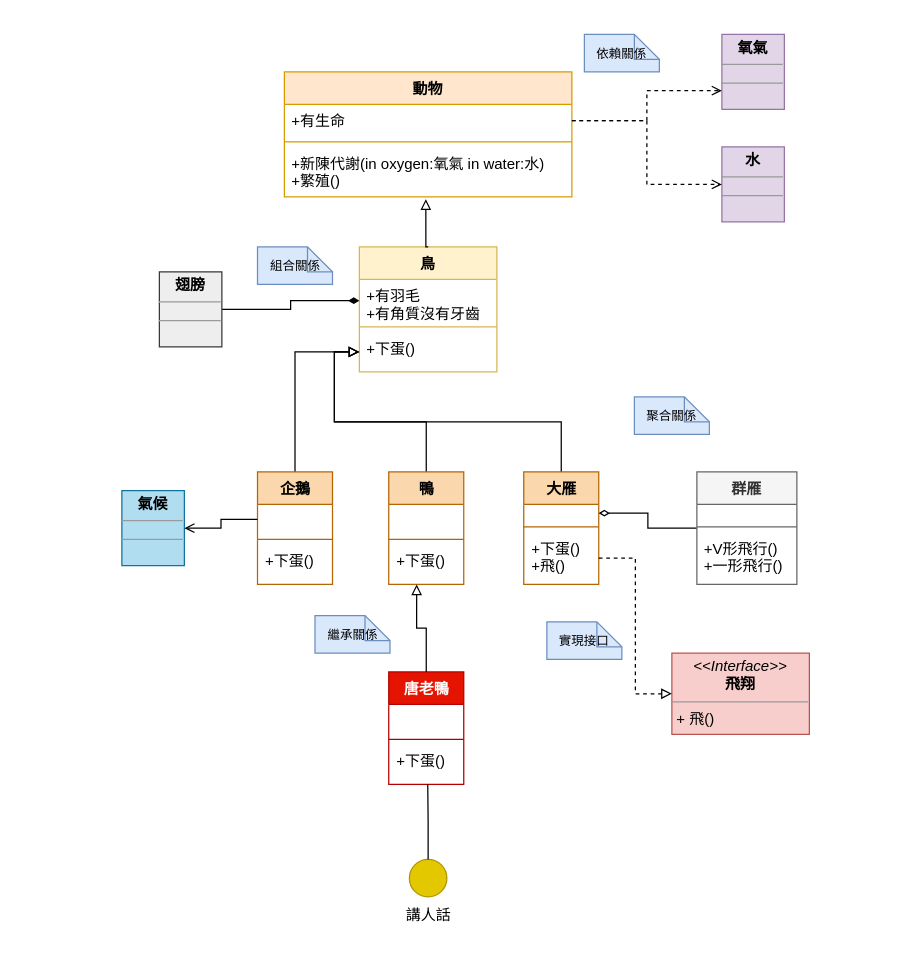
The draw.io diagram drawio/UML類圖.drawio in dogg21/SE_MID, before the edit. Source tidied: cells renumbered, new cells numbered last; positions are measured from the earlier drawing's top-left corner, leaving out a move shared by most shapes. Both pictures are drawn from the tidied source at 125%, with x=0, y=0 at pixel (121, 34).
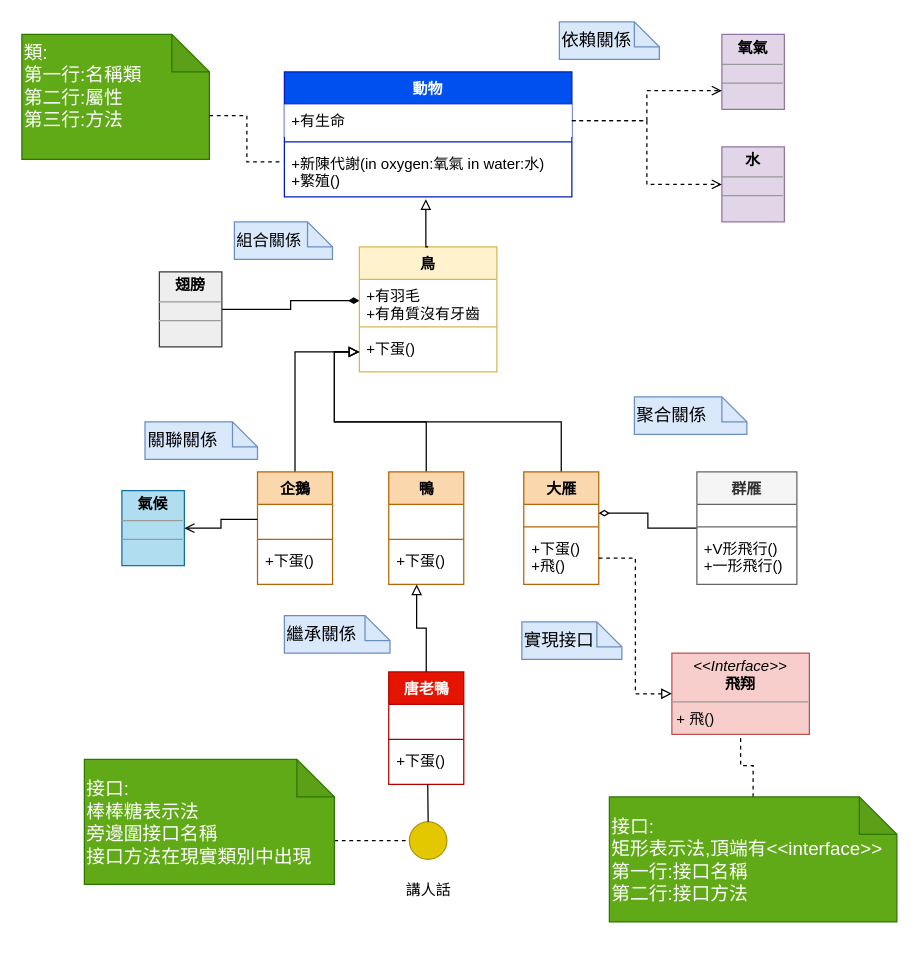
The same diagram, later.

The change refers to these unchanged cells:
```xml
<mxCell id="5" value="+新陳代謝(in&amp;nbsp;oxygen:氧氣 in water:水)&lt;br&gt;+繁殖()" style="text;strokeColor=none;fillColor=none;align=left;verticalAlign=top;spacingLeft=4;spacingRight=4;overflow=hidden;points=[[0,0.5],[1,0.5]];portConstraint=eastwest;whiteSpace=wrap;html=1;" parent="2" vertex="1">
  <mxGeometry y="60" width="230" height="40" as="geometry" />
</mxCell>
<mxCell id="39" value="&lt;p style=&quot;margin:0px;margin-top:4px;text-align:center;&quot;&gt;&lt;i&gt;&amp;lt;&amp;lt;Interface&amp;gt;&amp;gt;&lt;/i&gt;&lt;br&gt;&lt;b&gt;飛翔&lt;/b&gt;&lt;/p&gt;&lt;hr size=&quot;1&quot;&gt;&lt;p style=&quot;margin:0px;margin-left:4px;&quot;&gt;+ 飛()&lt;br&gt;&lt;/p&gt;&lt;p style=&quot;margin:0px;margin-left:4px;&quot;&gt;&lt;br&gt;&lt;/p&gt;" style="verticalAlign=top;align=left;overflow=fill;fontSize=12;fontFamily=Helvetica;html=1;whiteSpace=wrap;fillColor=#f8cecc;strokeColor=#b85450;" parent="1" vertex="1">
  <mxGeometry x="440" y="495" width="110" height="65" as="geometry" />
</mxCell>
```

The edit, as a diff of the source:
```diff
@@
-    <mxCell id="2" value="動物" style="swimlane;fontStyle=1;align=center;verticalAlign=top;horizontal=1;startSize=26;whiteSpace=wrap;html=1;fillColor=#ffe6cc;strokeColor=#d79b00;" parent="1" vertex="1">
+    <mxCell id="2" value="動物" style="swimlane;fontStyle=1;align=center;verticalAlign=top;horizontal=1;startSize=26;whiteSpace=wrap;html=1;fillColor=#0050ef;fontColor=#ffffff;strokeColor=#001DBC;" parent="1" vertex="1">
       <mxGeometry x="130" y="30" width="230" height="100" as="geometry" />
     </mxCell>
-    <mxCell id="3" value="+有生命" style="text;strokeColor=none;fillColor=none;align=left;verticalAlign=top;spacingLeft=4;spacingRight=4;overflow=hidden;points=[[0,0.5],[1,0.5]];portConstraint=eastwest;whiteSpace=wrap;html=1;" parent="2" vertex="1">
+    <mxCell id="3" value="+有生命" style="text;strokeColor=none;fillColor=default;align=left;verticalAlign=top;spacingLeft=4;spacingRight=4;overflow=hidden;points=[[0,0.5],[1,0.5]];portConstraint=eastwest;whiteSpace=wrap;html=1;" parent="2" vertex="1">
       <mxGeometry y="26" width="230" height="26" as="geometry" />
     </mxCell>
@@
-    <mxCell id="46" value="&lt;span style=&quot;font-size: 10px;&quot;&gt;聚合關係&lt;/span&gt;" style="shape=note;size=20;whiteSpace=wrap;html=1;fillColor=#dae8fc;strokeColor=#6c8ebf;" parent="1" vertex="1">
-      <mxGeometry x="410" y="290" width="60" height="30" as="geometry" />
+    <mxCell id="46" value="&lt;font style=&quot;font-size: 14px;&quot;&gt;聚合關係&lt;/font&gt;" style="shape=note;size=20;whiteSpace=wrap;html=1;fillColor=#dae8fc;strokeColor=#6c8ebf;align=left;" parent="1" vertex="1">
+      <mxGeometry x="410" y="290" width="90" height="30" as="geometry" />
     </mxCell>
-    <mxCell id="47" value="&lt;font style=&quot;font-size: 10px;&quot;&gt;繼承關係&lt;/font&gt;" style="shape=note;size=20;whiteSpace=wrap;html=1;fillColor=#dae8fc;strokeColor=#6c8ebf;" parent="1" vertex="1">
-      <mxGeometry x="154.5" y="465" width="60" height="30" as="geometry" />
+    <mxCell id="47" value="&lt;font style=&quot;font-size: 14px;&quot;&gt;繼承關係&lt;/font&gt;" style="shape=note;size=20;whiteSpace=wrap;html=1;fillColor=#dae8fc;strokeColor=#6c8ebf;align=left;" parent="1" vertex="1">
+      <mxGeometry x="130" y="465" width="84.5" height="30" as="geometry" />
     </mxCell>
-    <mxCell id="48" value="&lt;span style=&quot;font-size: 10px;&quot;&gt;實現接口&lt;/span&gt;" style="shape=note;size=20;whiteSpace=wrap;html=1;fillColor=#dae8fc;strokeColor=#6c8ebf;" parent="1" vertex="1">
-      <mxGeometry x="340" y="470" width="60" height="30" as="geometry" />
+    <mxCell id="48" value="&lt;font style=&quot;font-size: 14px;&quot;&gt;實現接口&lt;/font&gt;" style="shape=note;size=20;whiteSpace=wrap;html=1;fillColor=#dae8fc;strokeColor=#6c8ebf;align=left;" parent="1" vertex="1">
+      <mxGeometry x="320" y="470" width="80" height="30" as="geometry" />
     </mxCell>
-    <mxCell id="49" value="&lt;span style=&quot;font-size: 10px;&quot;&gt;組合關係&lt;/span&gt;" style="shape=note;size=20;whiteSpace=wrap;html=1;fillColor=#dae8fc;strokeColor=#6c8ebf;" parent="1" vertex="1">
-      <mxGeometry x="108.5" y="170" width="60" height="30" as="geometry" />
+    <mxCell id="49" value="&lt;font style=&quot;font-size: 13px;&quot;&gt;組合關係&lt;/font&gt;" style="shape=note;size=20;whiteSpace=wrap;html=1;fillColor=#dae8fc;strokeColor=#6c8ebf;align=left;" parent="1" vertex="1">
+      <mxGeometry x="90" y="150" width="78.5" height="30" as="geometry" />
     </mxCell>
-    <mxCell id="50" value="&lt;span style=&quot;font-size: 10px;&quot;&gt;依賴關係&lt;/span&gt;" style="shape=note;size=20;whiteSpace=wrap;html=1;fillColor=#dae8fc;strokeColor=#6c8ebf;" parent="1" vertex="1">
-      <mxGeometry x="370" width="60" height="30" as="geometry" />
+    <mxCell id="50" value="&lt;font style=&quot;font-size: 14px;&quot;&gt;依賴關係&lt;/font&gt;" style="shape=note;size=20;whiteSpace=wrap;html=1;fillColor=#dae8fc;strokeColor=#6c8ebf;align=left;" parent="1" vertex="1">
+      <mxGeometry x="350" y="-10" width="80" height="30" as="geometry" />
     </mxCell>
     <mxCell id="51" style="ellipse;whiteSpace=wrap;html=1;fillColor=#e3c800;fontColor=#000000;strokeColor=#B09500;" parent="1" vertex="1">
-      <mxGeometry x="230" y="660" width="30" height="30" as="geometry" />
+      <mxGeometry x="230" y="630" width="30" height="30" as="geometry" />
     </mxCell>
@@
     <mxCell id="53" value="講人話" style="text;html=1;align=center;verticalAlign=middle;strokeColor=none;fillColor=none;" parent="1" vertex="1">
-      <mxGeometry x="215" y="690" width="60" height="30" as="geometry" />
+      <mxGeometry x="215" y="670" width="60" height="30" as="geometry" />
     </mxCell>
+    <mxCell id="54" value="&lt;span style=&quot;font-size: 15px;&quot;&gt;類:&lt;br&gt;第一行:名稱類&lt;br&gt;第二行:屬性&lt;br&gt;第三行:方法&lt;br&gt;&lt;br&gt;&lt;/span&gt;" style="shape=note;whiteSpace=wrap;html=1;backgroundOutline=1;darkOpacity=0.05;fillColor=#60a917;fontColor=#ffffff;strokeColor=#2D7600;align=left;" parent="1" vertex="1">
+      <mxGeometry x="-80" width="150" height="100" as="geometry" />
+    </mxCell>
+    <mxCell id="55" style="edgeStyle=orthogonalEdgeStyle;rounded=0;jettySize=auto;html=1;exitX=0;exitY=0;exitDx=150;exitDy=65;exitPerimeter=0;entryX=-0.004;entryY=0.3;entryDx=0;entryDy=0;entryPerimeter=0;endArrow=none;endFill=0;dashed=1;" parent="1" edge="1" source="54" target="5">
+      <mxGeometry relative="1" as="geometry" />
+    </mxCell>
+    <mxCell id="56" style="edgeStyle=orthogonalEdgeStyle;rounded=0;jettySize=auto;html=1;exitX=0;exitY=0;exitDx=200;exitDy=65;exitPerimeter=0;entryX=0;entryY=0.5;entryDx=0;entryDy=0;endArrow=none;endFill=0;dashed=1;" parent="1" edge="1" source="57" target="51">
+      <mxGeometry relative="1" as="geometry" />
+    </mxCell>
+    <mxCell id="57" value="&lt;font style=&quot;font-size: 15px;&quot;&gt;接口:&lt;br&gt;棒棒糖表示法&lt;br&gt;旁邊圍接口名稱&lt;br&gt;接口方法在現實類別中出現&lt;br&gt;&lt;/font&gt;" style="shape=note;whiteSpace=wrap;html=1;backgroundOutline=1;darkOpacity=0.05;fillColor=#60a917;fontColor=#ffffff;strokeColor=#2D7600;align=left;" parent="1" vertex="1">
+      <mxGeometry x="-30" y="580" width="200" height="100" as="geometry" />
+    </mxCell>
+    <mxCell id="58" style="edgeStyle=orthogonalEdgeStyle;rounded=0;jettySize=auto;html=1;exitX=0.5;exitY=0;exitDx=0;exitDy=0;exitPerimeter=0;entryX=0.5;entryY=1;entryDx=0;entryDy=0;endArrow=none;endFill=0;dashed=1;" parent="1" edge="1" source="59" target="39">
+      <mxGeometry relative="1" as="geometry" />
+    </mxCell>
+    <mxCell id="59" value="&lt;font style=&quot;font-size: 15px;&quot;&gt;接口:&lt;br&gt;矩形表示法,頂端有&amp;lt;&amp;lt;interface&amp;gt;&amp;gt;&lt;br&gt;第一行:接口名稱&lt;br&gt;第二行:接口方法&lt;br&gt;&lt;/font&gt;" style="shape=note;whiteSpace=wrap;html=1;backgroundOutline=1;darkOpacity=0.05;fillColor=#60a917;fontColor=#ffffff;strokeColor=#2D7600;align=left;" parent="1" vertex="1">
+      <mxGeometry x="390" y="610" width="230" height="100" as="geometry" />
+    </mxCell>
+    <mxCell id="60" value="&lt;span style=&quot;font-size: 14px;&quot;&gt;關聯關係&lt;/span&gt;" style="shape=note;size=20;whiteSpace=wrap;html=1;fillColor=#dae8fc;strokeColor=#6c8ebf;align=left;" parent="1" vertex="1">
+      <mxGeometry x="18.5" y="310" width="90" height="30" as="geometry" />
+    </mxCell>
```
